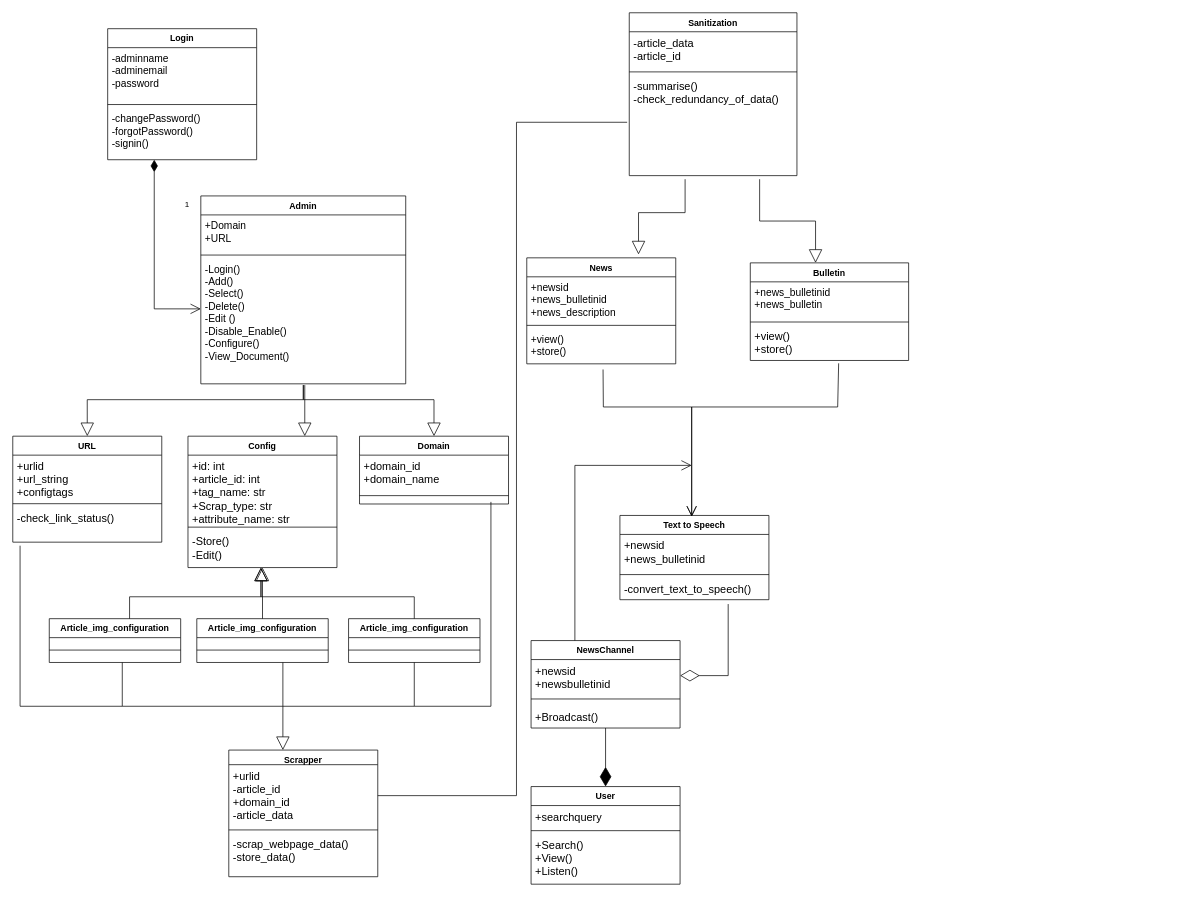
Before: page "Page-1" (1 of 2) of Documents/Diagrams/class diagram .drawio in yusrraa/AutomatedNewsAgency, a draw.io diagram. Source tidied: cells renumbered, new cells numbered last; positions are measured from the earlier drawing's top-left corner, leaving out a move shared by most shapes. Both pictures are drawn from the tidied source at 73%, with x=0, y=0 at pixel (12, 12).
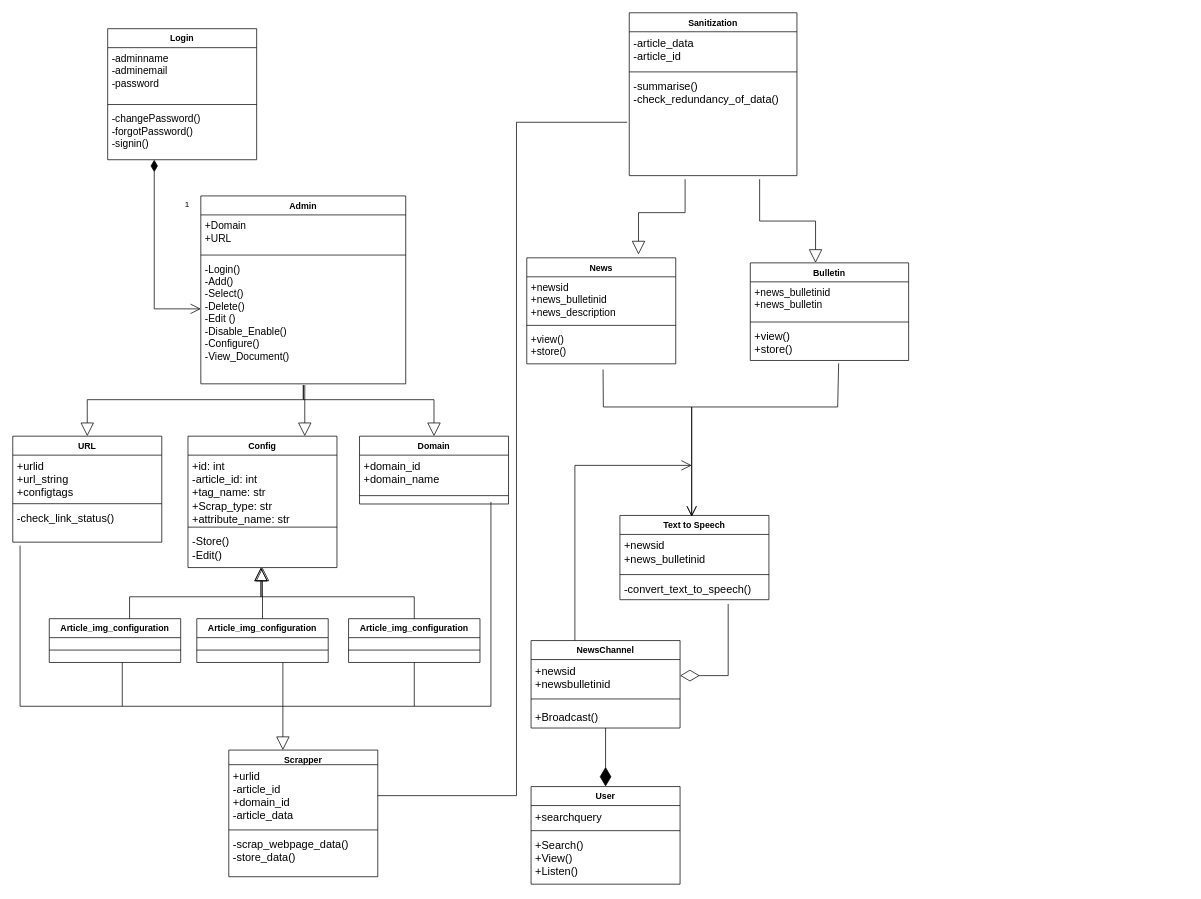
The same diagram, later.

The change refers to these unchanged cells:
```xml
<mxCell id="57" value="Config" style="swimlane;fontStyle=1;align=center;verticalAlign=top;horizontal=1;startSize=26;" parent="2" vertex="1">
  <mxGeometry x="110" y="580" width="204.1" height="180" as="geometry" />
</mxCell>
```

Diff of the diagram source:
```diff
@@
-    <mxCell id="58" value="+id: int&#10;+article_id: int&#10;+tag_name: str&#10;+Scrap_type: str&#10;+attribute_name: str" style="text;strokeColor=none;fillColor=none;align=left;verticalAlign=top;spacingLeft=4;spacingRight=4;overflow=hidden;fontSize=15;" parent="57" vertex="1">
+    <mxCell id="58" value="+id: int&#10;-article_id: int&#10;+tag_name: str&#10;+Scrap_type: str&#10;+attribute_name: str" style="text;strokeColor=none;fillColor=none;align=left;verticalAlign=top;spacingLeft=4;spacingRight=4;overflow=hidden;fontSize=15;" parent="57" vertex="1">
       <mxGeometry y="26" width="204.1" height="94" as="geometry" />
     </mxCell>
```
